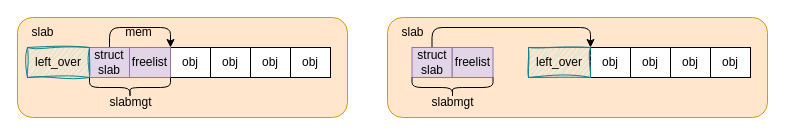
This is images/on-slab-and-off-slab.drawio from kongjun18/thesis, a draw.io file, before an edit. Source tidied: cells renumbered, new cells numbered last; positions are measured from the earlier drawing's top-left corner, leaving out a move shared by most shapes. Both pictures are drawn from the tidied source at 100%, with x=0, y=0 at pixel (17, 17).
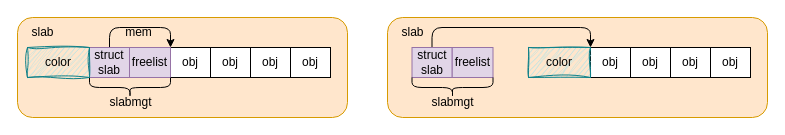
After the change.

What changed in the source:
```diff
@@
-    <mxCell id="15" value="left_over" style="rounded=0;whiteSpace=wrap;html=1;shadow=0;fillStyle=auto;fillColor=#b0e3e6;strokeColor=#0e8088;glass=0;sketch=1;curveFitting=1;jiggle=2;" parent="1" vertex="1">
+    <mxCell id="15" value="color" style="rounded=0;whiteSpace=wrap;html=1;shadow=0;fillStyle=auto;fillColor=#b0e3e6;strokeColor=#0e8088;glass=0;sketch=1;curveFitting=1;jiggle=2;" parent="1" vertex="1">
       <mxGeometry x="10" y="30" width="62" height="30" as="geometry" />
     </mxCell>
@@
-    <mxCell id="26" value="left_over" style="rounded=0;whiteSpace=wrap;html=1;shadow=0;fillStyle=auto;fillColor=#b0e3e6;strokeColor=#0e8088;glass=0;sketch=1;curveFitting=1;jiggle=2;" parent="1" vertex="1">
+    <mxCell id="26" value="color" style="rounded=0;whiteSpace=wrap;html=1;shadow=0;fillStyle=auto;fillColor=#b0e3e6;strokeColor=#0e8088;glass=0;sketch=1;curveFitting=1;jiggle=2;" parent="1" vertex="1">
       <mxGeometry x="511" y="30" width="62" height="30" as="geometry" />
     </mxCell>
```
